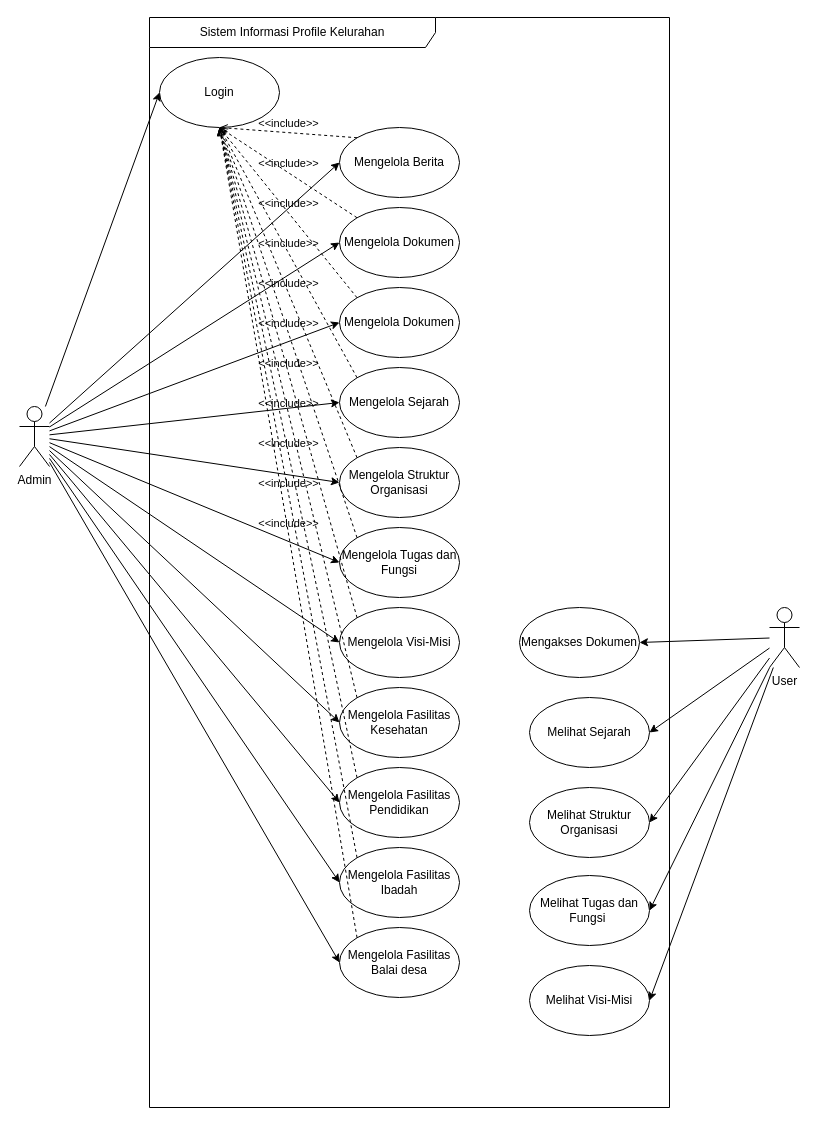
SammEccent/Project-KP keeps this draw.io diagram as docs/KP-UseCaseDiagram.drawio. Above is the earlier version. Source tidied: cells renumbered, new cells numbered last; positions are measured from the earlier drawing's top-left corner, leaving out a move shared by most shapes. Both pictures are drawn from the tidied source at 100%, with x=0, y=0 at pixel (19, 17).
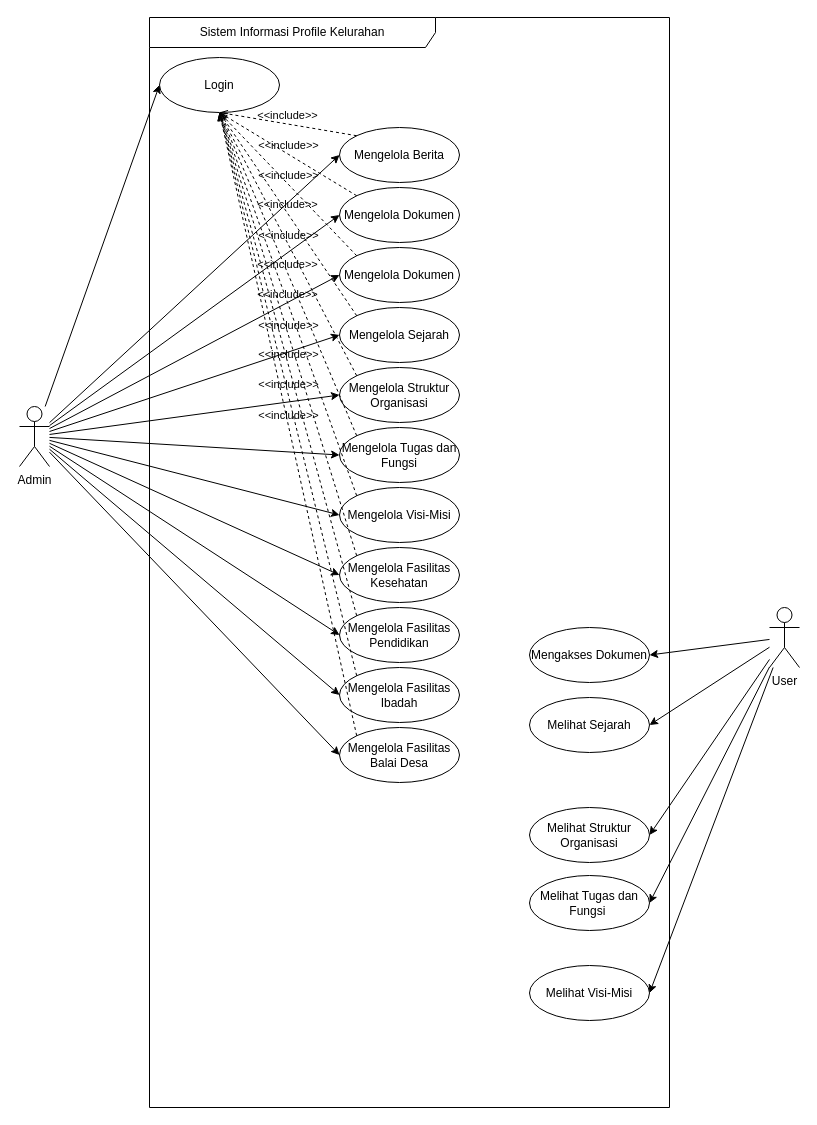
Above is the later version.

Commit message:
Update Use Case

Unchanged cells that the change refers to:
```xml
<mxCell id="2" value="Sistem Informasi Profile Kelurahan" style="shape=umlFrame;whiteSpace=wrap;html=1;width=286;height=30;" parent="1" vertex="1">
  <mxGeometry x="130" width="520" height="1090" as="geometry" />
</mxCell>
```

The edit, as a diff of the source:
```diff
@@
     <mxCell id="3" value="Mengelola Berita" style="ellipse;whiteSpace=wrap;html=1;" parent="2" vertex="1">
-      <mxGeometry x="190" y="110" width="120" height="70" as="geometry" />
+      <mxGeometry x="190" y="110" width="120" height="55" as="geometry" />
     </mxCell>
     <mxCell id="4" value="Mengakses Dokumen" style="ellipse;whiteSpace=wrap;html=1;" parent="2" vertex="1">
-      <mxGeometry x="370" y="590" width="120" height="70" as="geometry" />
+      <mxGeometry x="380" y="610" width="120" height="55" as="geometry" />
     </mxCell>
     <mxCell id="5" value="Login" style="ellipse;whiteSpace=wrap;html=1;" parent="2" vertex="1">
-      <mxGeometry x="10" y="40" width="120" height="70" as="geometry" />
+      <mxGeometry x="10" y="40" width="120" height="55" as="geometry" />
     </mxCell>
     <mxCell id="6" value="Mengelola Dokumen" style="ellipse;whiteSpace=wrap;html=1;" parent="2" vertex="1">
-      <mxGeometry x="190" y="190" width="120" height="70" as="geometry" />
+      <mxGeometry x="190" y="170" width="120" height="55" as="geometry" />
     </mxCell>
@@
     <mxCell id="9" value="Melihat Sejarah" style="ellipse;whiteSpace=wrap;html=1;" parent="2" vertex="1">
-      <mxGeometry x="380" y="680" width="120" height="70" as="geometry" />
+      <mxGeometry x="380" y="680" width="120" height="55" as="geometry" />
     </mxCell>
     <mxCell id="10" value="Melihat Struktur Organisasi" style="ellipse;whiteSpace=wrap;html=1;" parent="2" vertex="1">
-      <mxGeometry x="380" y="770" width="120" height="70" as="geometry" />
+      <mxGeometry x="380" y="790" width="120" height="55" as="geometry" />
     </mxCell>
     <mxCell id="11" value="Melihat Tugas dan Fungsi&amp;nbsp;" style="ellipse;whiteSpace=wrap;html=1;" parent="2" vertex="1">
-      <mxGeometry x="380" y="858" width="120" height="70" as="geometry" />
+      <mxGeometry x="380" y="858" width="120" height="55" as="geometry" />
     </mxCell>
     <mxCell id="12" value="Melihat Visi-Misi" style="ellipse;whiteSpace=wrap;html=1;" parent="2" vertex="1">
-      <mxGeometry x="380" y="948" width="120" height="70" as="geometry" />
+      <mxGeometry x="380" y="948" width="120" height="55" as="geometry" />
     </mxCell>
     <mxCell id="13" value="Mengelola Dokumen" style="ellipse;whiteSpace=wrap;html=1;" parent="2" vertex="1">
-      <mxGeometry x="190" y="270" width="120" height="70" as="geometry" />
+      <mxGeometry x="190" y="230" width="120" height="55" as="geometry" />
     </mxCell>
     <mxCell id="14" value="Mengelola Sejarah" style="ellipse;whiteSpace=wrap;html=1;" parent="2" vertex="1">
-      <mxGeometry x="190" y="350" width="120" height="70" as="geometry" />
+      <mxGeometry x="190" y="290" width="120" height="55" as="geometry" />
     </mxCell>
     <mxCell id="15" value="Mengelola Struktur Organisasi" style="ellipse;whiteSpace=wrap;html=1;" parent="2" vertex="1">
-      <mxGeometry x="190" y="430" width="120" height="70" as="geometry" />
+      <mxGeometry x="190" y="350" width="120" height="55" as="geometry" />
     </mxCell>
     <mxCell id="16" value="Mengelola Tugas dan Fungsi" style="ellipse;whiteSpace=wrap;html=1;" parent="2" vertex="1">
-      <mxGeometry x="190" y="510" width="120" height="70" as="geometry" />
+      <mxGeometry x="190" y="410" width="120" height="55" as="geometry" />
     </mxCell>
     <mxCell id="17" value="Mengelola Visi-Misi" style="ellipse;whiteSpace=wrap;html=1;" parent="2" vertex="1">
-      <mxGeometry x="190" y="590" width="120" height="70" as="geometry" />
+      <mxGeometry x="190" y="470" width="120" height="55" as="geometry" />
     </mxCell>
@@
     <mxCell id="23" value="Mengelola Fasilitas Kesehatan" style="ellipse;whiteSpace=wrap;html=1;" parent="2" vertex="1">
-      <mxGeometry x="190" y="670" width="120" height="70" as="geometry" />
+      <mxGeometry x="190" y="530" width="120" height="55" as="geometry" />
     </mxCell>
     <mxCell id="24" value="Mengelola Fasilitas Pendidikan" style="ellipse;whiteSpace=wrap;html=1;" parent="2" vertex="1">
-      <mxGeometry x="190" y="750" width="120" height="70" as="geometry" />
+      <mxGeometry x="190" y="590" width="120" height="55" as="geometry" />
     </mxCell>
     <mxCell id="25" value="Mengelola Fasilitas Ibadah" style="ellipse;whiteSpace=wrap;html=1;" parent="2" vertex="1">
-      <mxGeometry x="190" y="830" width="120" height="70" as="geometry" />
+      <mxGeometry x="190" y="650" width="120" height="55" as="geometry" />
     </mxCell>
-    <mxCell id="26" value="Mengelola Fasilitas Balai desa" style="ellipse;whiteSpace=wrap;html=1;" parent="2" vertex="1">
-      <mxGeometry x="190" y="910" width="120" height="70" as="geometry" />
+    <mxCell id="26" value="Mengelola Fasilitas Balai D&lt;span style=&quot;background-color: transparent; color: light-dark(rgb(0, 0, 0), rgb(255, 255, 255));&quot;&gt;esa&lt;/span&gt;" style="ellipse;whiteSpace=wrap;html=1;" parent="2" vertex="1">
+      <mxGeometry x="190" y="710" width="120" height="55" as="geometry" />
     </mxCell>
```
